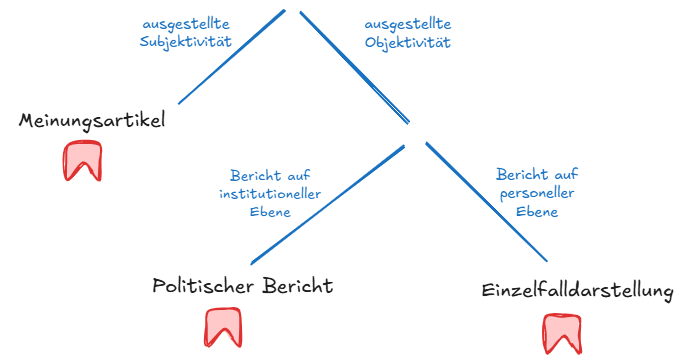
Before: assets/armenpflege_kategoriensystem.excalidraw.png, a diagram exported from Excalidraw (zentralbibliothek-zuerich/zblab-summerschool-2026). Source tidied: one line per element, renumbered; positions are measured from the earlier drawing's top-left corner, leaving out a move shared by most shapes. Its diagram source:
```json
{"id": 0, "type": "text", "text": "Meinungsartikel", "strokeColor": "#1e1e1e", "strokeWidth": 2, "roughness": 1, "fontSize": 20, "fontFamily": 5, "textAlign": "center", "x": 0, "y": 97, "width": 164, "height": 25}
{"id": 1, "type": "text", "text": "Politischer Bericht", "strokeColor": "#1e1e1e", "strokeWidth": 2, "roughness": 1, "fontSize": 20, "fontFamily": 5, "textAlign": "center", "x": 125, "y": 264, "width": 217, "height": 25}
{"id": 2, "type": "text", "text": "Einzelfalldarstellung", "strokeColor": "#1e1e1e", "backgroundColor": "#ffffff", "fillStyle": "solid", "strokeWidth": 2, "roughness": 1, "fontSize": 20, "fontFamily": 5, "textAlign": "center", "x": 471, "y": 268, "width": 193, "height": 25}
{"id": 3, "type": "line", "strokeColor": "#1971c2", "backgroundColor": "#ffffff", "fillStyle": "solid", "strokeWidth": 2, "roughness": 1, "round": true, "x": 274, "y": 0, "width": 104, "height": 93, "points": [[0, 0], [-104, 93]]}
{"id": 4, "type": "line", "strokeColor": "#1971c2", "backgroundColor": "#ffffff", "fillStyle": "solid", "strokeWidth": 2, "roughness": 1, "round": true, "x": 399, "y": 112, "width": 109, "height": 110, "points": [[0, 0], [-109, -110]]}
{"id": 5, "type": "text", "text": "ausgestellte\nSubjektivität", "strokeColor": "#1971c2", "backgroundColor": "#ffffff", "fillStyle": "solid", "strokeWidth": 2, "roughness": 1, "fontSize": 14.67, "fontFamily": 5, "textAlign": "center", "x": 126, "y": 4, "width": 100, "height": 37}
{"id": 6, "type": "text", "text": "ausgestellte\nObjektivität", "strokeColor": "#1971c2", "backgroundColor": "#ffffff", "fillStyle": "solid", "strokeWidth": 2, "roughness": 1, "fontSize": 14.67, "fontFamily": 5, "textAlign": "center", "x": 348, "y": 5, "width": 100, "height": 37}
{"id": 7, "type": "line", "strokeColor": "#1971c2", "backgroundColor": "#ffffff", "fillStyle": "solid", "strokeWidth": 2, "roughness": 1, "round": true, "x": 536, "y": 250, "width": 120, "height": 118, "points": [[0, 0], [-120, -118]]}
{"id": 8, "type": "line", "strokeColor": "#e03131", "backgroundColor": "#ffc9c9", "fillStyle": "solid", "strokeWidth": 2, "roughness": 1, "round": true, "x": 222, "y": 327, "width": 35, "height": 38, "points": [[0, 0], [-8, -9], [-25, 8], [-27, -11], [-25, -27], [-9, -30], [7, -27], [8, -10], [8, 8], [0, 0]]}
{"id": 9, "type": "line", "strokeColor": "#e03131", "backgroundColor": "#ffc9c9", "fillStyle": "solid", "strokeWidth": 2, "roughness": 1, "round": true, "x": 82, "y": 161, "width": 35, "height": 38, "points": [[0, 0], [-8, -9], [-25, 8], [-27, -11], [-25, -27], [-9, -30], [7, -27], [8, -10], [8, 8], [0, 0]]}
{"id": 10, "type": "line", "strokeColor": "#e03131", "backgroundColor": "#ffc9c9", "fillStyle": "solid", "strokeWidth": 2, "roughness": 1, "round": true, "x": 561, "y": 334, "width": 35, "height": 38, "points": [[0, 0], [-8, -9], [-25, 8], [-27, -11], [-25, -27], [-9, -30], [7, -27], [8, -10], [8, 8], [0, 0]]}
{"id": 11, "type": "line", "strokeColor": "#1971c2", "backgroundColor": "#ffffff", "fillStyle": "solid", "strokeWidth": 2, "roughness": 1, "round": true, "x": 241, "y": 252, "width": 151, "height": 116, "points": [[0, 0], [151, -116]]}
{"id": 12, "type": "text", "text": "Bericht auf\ninstitutioneller\nEbene", "strokeColor": "#1971c2", "backgroundColor": "#ffffff", "fillStyle": "solid", "strokeWidth": 2, "roughness": 1, "fontSize": 14.38, "fontFamily": 5, "textAlign": "center", "x": 198, "y": 157, "width": 124, "height": 54}
{"id": 13, "type": "text", "text": "Bericht auf\npersoneller\nEbene", "strokeColor": "#1971c2", "backgroundColor": "#ffffff", "fillStyle": "solid", "strokeWidth": 2, "roughness": 1, "fontSize": 14.67, "fontFamily": 5, "textAlign": "center", "x": 477, "y": 155, "width": 100, "height": 55}
```
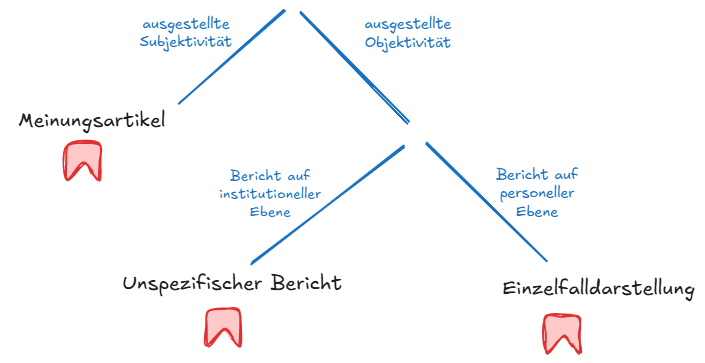
Above is the later version.

The edit, as a diff of the source:
```diff
@@ -1,6 +1,6 @@
 {"id": 0, "type": "text", "text": "Meinungsartikel", "strokeColor": "#1e1e1e", "strokeWidth": 2, "roughness": 1, "fontSize": 20, "fontFamily": 5, "textAlign": "center", "x": 0, "y": 97, "width": 164, "height": 25}
-{"id": 1, "type": "text", "text": "Politischer Bericht", "strokeColor": "#1e1e1e", "strokeWidth": 2, "roughness": 1, "fontSize": 20, "fontFamily": 5, "textAlign": "center", "x": 125, "y": 264, "width": 217, "height": 25}
+{"id": 1, "type": "text", "text": "Unspezifischer Bericht", "strokeColor": "#1e1e1e", "strokeWidth": 2, "roughness": 1, "fontSize": 20, "fontFamily": 5, "textAlign": "center", "x": 86, "y": 261, "width": 274, "height": 25}
-{"id": 2, "type": "text", "text": "Einzelfalldarstellung", "strokeColor": "#1e1e1e", "backgroundColor": "#ffffff", "fillStyle": "solid", "strokeWidth": 2, "roughness": 1, "fontSize": 20, "fontFamily": 5, "textAlign": "center", "x": 471, "y": 268, "width": 193, "height": 25}
+{"id": 2, "type": "text", "text": "Einzelfalldarstellung", "strokeColor": "#1e1e1e", "backgroundColor": "#ffffff", "fillStyle": "solid", "strokeWidth": 2, "roughness": 1, "fontSize": 20, "fontFamily": 5, "textAlign": "center", "x": 492, "y": 266, "width": 193, "height": 25}
 {"id": 3, "type": "line", "strokeColor": "#1971c2", "backgroundColor": "#ffffff", "fillStyle": "solid", "strokeWidth": 2, "roughness": 1, "round": true, "x": 274, "y": 0, "width": 104, "height": 93, "points": [[0, 0], [-104, 93]]}
 {"id": 4, "type": "line", "strokeColor": "#1971c2", "backgroundColor": "#ffffff", "fillStyle": "solid", "strokeWidth": 2, "roughness": 1, "round": true, "x": 399, "y": 112, "width": 109, "height": 110, "points": [[0, 0], [-109, -110]]}
 {"id": 5, "type": "text", "text": "ausgestellte\nSubjektivität", "strokeColor": "#1971c2", "backgroundColor": "#ffffff", "fillStyle": "solid", "strokeWidth": 2, "roughness": 1, "fontSize": 14.67, "fontFamily": 5, "textAlign": "center", "x": 126, "y": 4, "width": 100, "height": 37}
```
